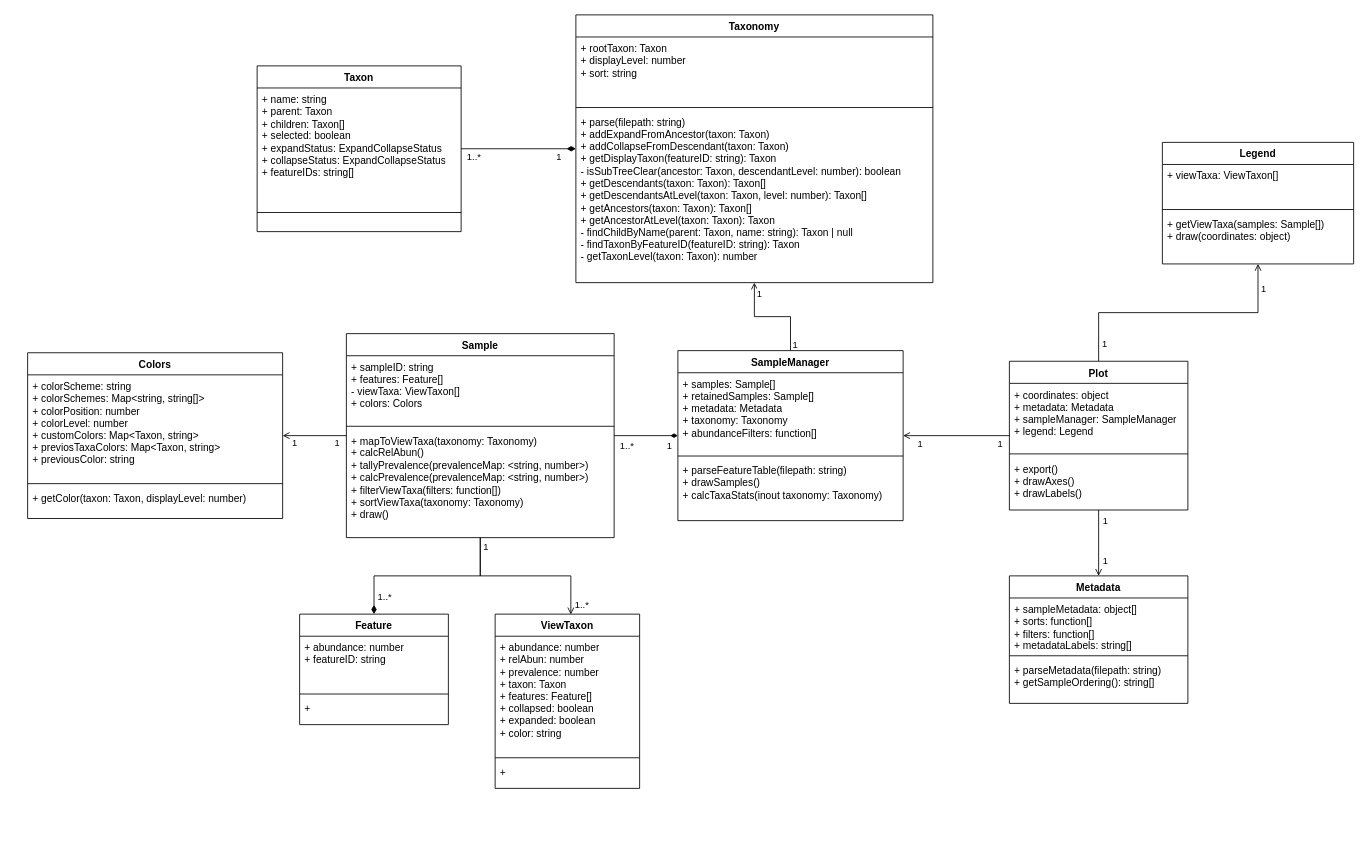
Earlier version of the draw.io diagram docs/TaxaBarplotClasses.drawio (colinvwood/taxa-barplot). Source tidied: cells renumbered, new cells numbered last; positions are measured from the earlier drawing's top-left corner, leaving out a move shared by most shapes. Both pictures are drawn from the tidied source at 85%, with x=0, y=0 at pixel (27, 14).
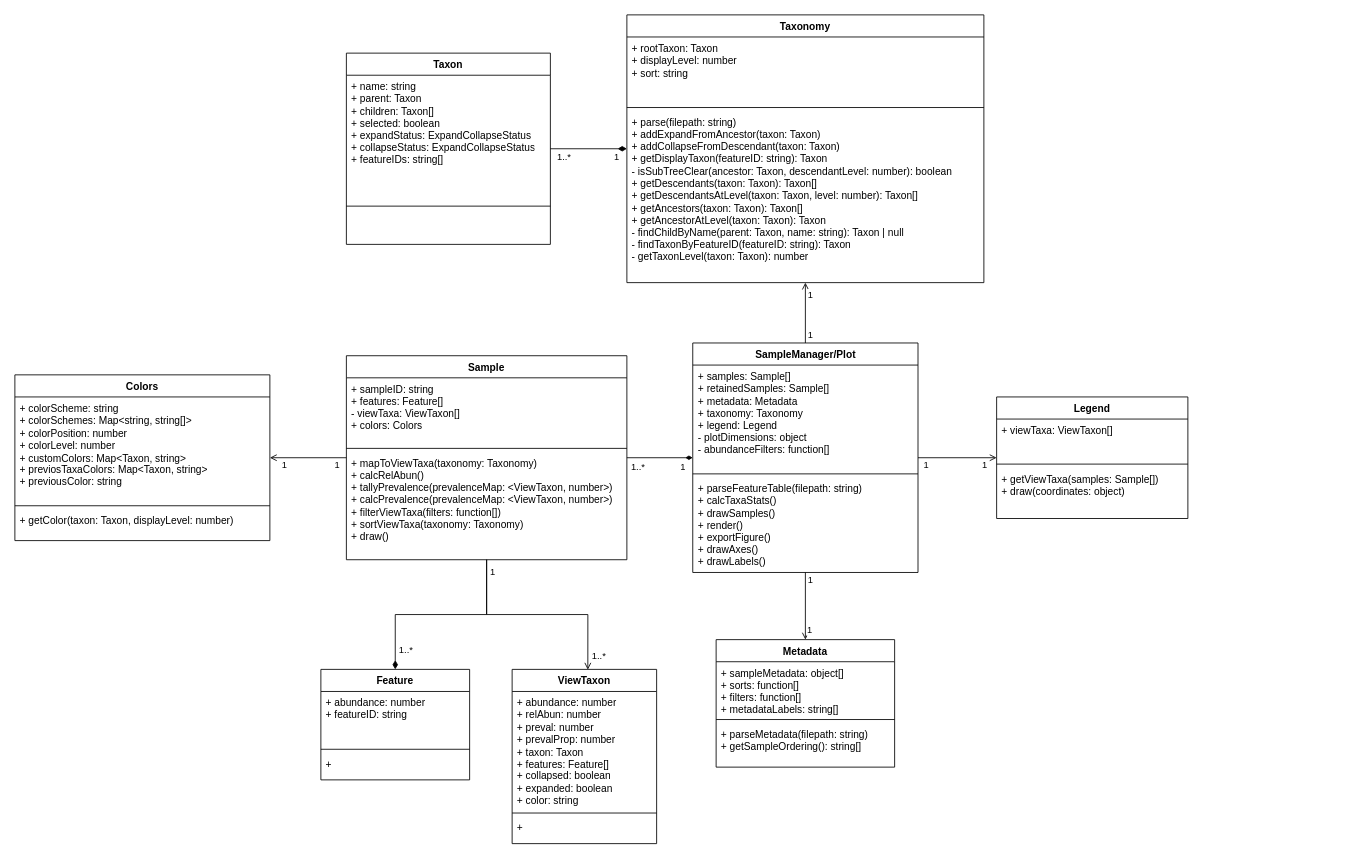
The same diagram, later.

Commit message:
merge SampleManager & Plot

Unchanged cells that the change refers to:
```xml
<mxCell id="5" style="edgeStyle=orthogonalEdgeStyle;rounded=0;jettySize=auto;html=1;startArrow=diamondThin;startFill=1;endArrow=none;endSize=8;startSize=8;" parent="1" edge="1" source="8" target="2">
  <mxGeometry relative="1" as="geometry" />
</mxCell>
<mxCell id="12" style="edgeStyle=orthogonalEdgeStyle;rounded=0;jettySize=auto;html=1;endArrow=none;endFill=0;startFill=1;startArrow=diamondThin;" parent="1" edge="1" source="18" target="27">
  <mxGeometry relative="1" as="geometry" />
</mxCell>
<mxCell id="15" style="edgeStyle=orthogonalEdgeStyle;rounded=0;jettySize=auto;html=1;endArrow=open;endFill=0;" parent="1" edge="1" source="18" target="8">
  <mxGeometry relative="1" as="geometry" />
</mxCell>
<mxCell id="24" style="edgeStyle=orthogonalEdgeStyle;rounded=0;jettySize=auto;html=1;endArrow=open;endFill=0;" parent="1" edge="1" source="27" target="63">
  <mxGeometry relative="1" as="geometry" />
</mxCell>
```

Change to the diagram source:
```diff
@@
     <mxCell id="2" value="Taxon" style="swimlane;fontStyle=1;align=center;verticalAlign=top;horizontal=1;startSize=26;whiteSpace=wrap;html=1;" parent="1" vertex="1">
-      <mxGeometry x="270" y="60" width="240" height="195" as="geometry" />
+      <mxGeometry x="375" y="45" width="240" height="225" as="geometry" />
     </mxCell>
     <mxCell id="3" value="+ name: string&lt;div&gt;+ parent: Taxon&lt;/div&gt;&lt;div&gt;+ children: Taxon[]&lt;/div&gt;&lt;div&gt;+ selected: boolean&lt;/div&gt;&lt;div&gt;+ expandStatus: ExpandCollapseStatus&lt;/div&gt;&lt;div&gt;+ collapseStatus: ExpandCollapseStatus&lt;/div&gt;&lt;div&gt;+ featureIDs: string[]&lt;/div&gt;&lt;div&gt;&lt;br&gt;&lt;/div&gt;" style="text;strokeColor=none;fillColor=none;align=left;verticalAlign=top;spacingLeft=4;spacingRight=4;overflow=hidden;whiteSpace=wrap;html=1;" parent="2" vertex="1">
-      <mxGeometry y="26" width="240" height="124" as="geometry" />
+      <mxGeometry y="26" width="240" height="109" as="geometry" />
     </mxCell>
     <mxCell id="4" style="line;strokeWidth=1;fillColor=none;align=left;verticalAlign=middle;spacingTop=-1;spacingLeft=3;spacingRight=3;labelPosition=right;strokeColor=inherit;" parent="2" vertex="1">
-      <mxGeometry y="150" width="240" height="45" as="geometry" />
+      <mxGeometry y="135" width="240" height="90" as="geometry" />
     </mxCell>
@@
     <mxCell id="7" value="1..*" style="edgeLabel;html=1;align=center;verticalAlign=middle;" parent="5" vertex="1">
       <mxGeometry x="0.83" y="1" relative="1" as="geometry">
-        <mxPoint x="3" y="8" as="offset" />
+        <mxPoint x="7" y="8" as="offset" />
       </mxGeometry>
     </mxCell>
     <mxCell id="8" value="Taxonomy" style="swimlane;fontStyle=1;align=center;verticalAlign=top;horizontal=1;startSize=26;whiteSpace=wrap;html=1;" parent="1" vertex="1">
-      <mxGeometry x="645" width="420" height="315" as="geometry" />
+      <mxGeometry x="705" width="420" height="315" as="geometry" />
     </mxCell>
@@
     <mxCell id="13" value="1..*" style="edgeLabel;html=1;align=center;verticalAlign=middle;labelBorderColor=none;" parent="12" vertex="1">
       <mxGeometry x="0.55" relative="1" as="geometry">
-        <mxPoint x="-3" y="11" as="offset" />
+        <mxPoint x="-5" y="10" as="offset" />
       </mxGeometry>
     </mxCell>
     <mxCell id="14" value="1" style="edgeLabel;html=1;align=center;verticalAlign=middle;labelBorderColor=none;" parent="12" vertex="1">
       <mxGeometry x="-0.71" y="1" relative="1" as="geometry">
-        <mxPoint y="10" as="offset" />
+        <mxPoint x="-1" y="9" as="offset" />
       </mxGeometry>
     </mxCell>
@@
     <mxCell id="16" value="1" style="edgeLabel;html=1;align=center;verticalAlign=middle;" parent="15" vertex="1">
       <mxGeometry x="0.8" y="1" relative="1" as="geometry">
-        <mxPoint x="6" as="offset" />
+        <mxPoint x="6" y="6" as="offset" />
       </mxGeometry>
     </mxCell>
     <mxCell id="17" value="1" style="edgeLabel;html=1;align=center;verticalAlign=middle;" parent="15" vertex="1">
       <mxGeometry x="-0.87" y="1" relative="1" as="geometry">
-        <mxPoint x="6" as="offset" />
+        <mxPoint x="6" y="-5" as="offset" />
       </mxGeometry>
     </mxCell>
+    <mxCell id="67" style="edgeStyle=orthogonalEdgeStyle;rounded=0;jettySize=auto;html=1;endArrow=open;endFill=0;" parent="1" edge="1" source="18" target="39">
+      <mxGeometry relative="1" as="geometry" />
+    </mxCell>
+    <mxCell id="68" value="1" style="edgeLabel;html=1;align=center;verticalAlign=middle;" parent="67" vertex="1">
+      <mxGeometry x="-0.81" y="-1" relative="1" as="geometry">
+        <mxPoint x="6" as="offset" />
+      </mxGeometry>
+    </mxCell>
+    <mxCell id="69" value="1" style="edgeLabel;html=1;align=center;verticalAlign=middle;" parent="67" vertex="1">
+      <mxGeometry x="0.71" relative="1" as="geometry">
+        <mxPoint x="4" y="-1" as="offset" />
+      </mxGeometry>
+    </mxCell>
+    <mxCell id="70" style="edgeStyle=orthogonalEdgeStyle;rounded=0;jettySize=auto;html=1;endArrow=open;endFill=0;" parent="1" edge="1" source="18" target="59">
+      <mxGeometry relative="1" as="geometry" />
+    </mxCell>
+    <mxCell id="71" value="1" style="edgeLabel;html=1;align=center;verticalAlign=middle;" parent="70" vertex="1">
+      <mxGeometry x="-0.81" relative="1" as="geometry">
+        <mxPoint y="8" as="offset" />
+      </mxGeometry>
+    </mxCell>
+    <mxCell id="72" value="1" style="edgeLabel;html=1;align=center;verticalAlign=middle;" parent="70" vertex="1">
+      <mxGeometry x="0.72" y="-2" relative="1" as="geometry">
+        <mxPoint x="-2" y="6" as="offset" />
+      </mxGeometry>
+    </mxCell>
-    <mxCell id="18" value="SampleManager" style="swimlane;fontStyle=1;align=center;verticalAlign=top;horizontal=1;startSize=26;whiteSpace=wrap;html=1;" parent="1" vertex="1">
-      <mxGeometry x="765" y="395" width="265" height="200" as="geometry" />
+    <mxCell id="18" value="SampleManager/Plot" style="swimlane;fontStyle=1;align=center;verticalAlign=top;horizontal=1;startSize=26;whiteSpace=wrap;html=1;" parent="1" vertex="1">
+      <mxGeometry x="782.5" y="386" width="265" height="270" as="geometry" />
     </mxCell>
-    <mxCell id="19" value="&lt;div&gt;+ samples: Sample[]&lt;/div&gt;&lt;div&gt;+ retainedSamples: Sample[]&lt;/div&gt;&lt;div&gt;+ metadata: Metadata&lt;/div&gt;&lt;div&gt;+ taxonomy: Taxonomy&lt;/div&gt;+ abundanceFilters: function[]" style="text;strokeColor=none;fillColor=none;align=left;verticalAlign=top;spacingLeft=4;spacingRight=4;overflow=hidden;whiteSpace=wrap;html=1;" parent="18" vertex="1">
-      <mxGeometry y="26" width="265" height="94" as="geometry" />
+    <mxCell id="19" value="&lt;div&gt;+ samples: Sample[]&lt;/div&gt;&lt;div&gt;+ retainedSamples: Sample[]&lt;/div&gt;&lt;div&gt;+ metadata: Metadata&lt;/div&gt;&lt;div&gt;+ taxonomy: Taxonomy&lt;/div&gt;&lt;div&gt;+ legend: Legend&lt;/div&gt;&lt;div&gt;- plotDimensions: object&lt;/div&gt;- abundanceFilters: function[]&lt;div&gt;&lt;br&gt;&lt;/div&gt;" style="text;strokeColor=none;fillColor=none;align=left;verticalAlign=top;spacingLeft=4;spacingRight=4;overflow=hidden;whiteSpace=wrap;html=1;" parent="18" vertex="1">
+      <mxGeometry y="26" width="265" height="124" as="geometry" />
     </mxCell>
     <mxCell id="20" style="line;strokeWidth=1;fillColor=none;align=left;verticalAlign=middle;spacingTop=-1;spacingLeft=3;spacingRight=3;labelPosition=right;strokeColor=inherit;" parent="18" vertex="1">
-      <mxGeometry y="120" width="265" height="8" as="geometry" />
+      <mxGeometry y="150" width="265" height="8" as="geometry" />
     </mxCell>
-    <mxCell id="21" value="&lt;div&gt;+ parseFeatureTable(filepath: string)&lt;/div&gt;+ drawSamples()&lt;div&gt;+ calcTaxaStats(inout taxonomy: Taxonomy)&lt;/div&gt;&lt;div&gt;&lt;br&gt;&lt;div&gt;&lt;br&gt;&lt;/div&gt;&lt;/div&gt;" style="text;strokeColor=none;fillColor=none;align=left;verticalAlign=top;spacingLeft=4;spacingRight=4;overflow=hidden;whiteSpace=wrap;html=1;" parent="18" vertex="1">
-      <mxGeometry y="128" width="265" height="72" as="geometry" />
+    <mxCell id="21" value="&lt;div&gt;+ parseFeatureTable(filepath: string)&lt;/div&gt;&lt;div&gt;+ calcTaxaStats()&lt;/div&gt;&lt;div&gt;+ drawSamples()&lt;/div&gt;&lt;div&gt;+ render()&lt;/div&gt;&lt;div&gt;+ exportFigure()&lt;br&gt;&lt;div&gt;+ drawAxes()&lt;/div&gt;&lt;/div&gt;&lt;div&gt;+ drawLabels()&lt;/div&gt;" style="text;strokeColor=none;fillColor=none;align=left;verticalAlign=top;spacingLeft=4;spacingRight=4;overflow=hidden;whiteSpace=wrap;html=1;" parent="18" vertex="1">
+      <mxGeometry y="158" width="265" height="112" as="geometry" />
     </mxCell>
@@
     <mxCell id="26" value="1" style="edgeLabel;html=1;align=center;verticalAlign=middle;" parent="24" vertex="1">
       <mxGeometry x="-0.57" relative="1" as="geometry">
-        <mxPoint x="4" y="8" as="offset" />
+        <mxPoint x="7" y="8" as="offset" />
       </mxGeometry>
     </mxCell>
     <mxCell id="27" value="Sample" style="swimlane;fontStyle=1;align=center;verticalAlign=top;horizontal=1;startSize=26;whiteSpace=wrap;html=1;" parent="1" vertex="1">
-      <mxGeometry x="375" y="375" width="315" height="240" as="geometry" />
+      <mxGeometry x="375" y="401" width="330" height="240" as="geometry" />
     </mxCell>
     <mxCell id="28" value="+ sampleID: string&lt;div&gt;+ features: Feature[]&lt;/div&gt;&lt;div&gt;- viewTaxa: ViewTaxon[]&lt;/div&gt;&lt;div&gt;+ colors: Colors&lt;/div&gt;&lt;div&gt;&lt;br&gt;&lt;/div&gt;" style="text;strokeColor=none;fillColor=none;align=left;verticalAlign=top;spacingLeft=4;spacingRight=4;overflow=hidden;whiteSpace=wrap;html=1;" parent="27" vertex="1">
-      <mxGeometry y="26" width="315" height="79" as="geometry" />
+      <mxGeometry y="26" width="330" height="79" as="geometry" />
     </mxCell>
     <mxCell id="29" style="line;strokeWidth=1;fillColor=none;align=left;verticalAlign=middle;spacingTop=-1;spacingLeft=3;spacingRight=3;labelPosition=right;strokeColor=inherit;" parent="27" vertex="1">
-      <mxGeometry y="105" width="315" height="8" as="geometry" />
+      <mxGeometry y="105" width="330" height="8" as="geometry" />
     </mxCell>
-    <mxCell id="30" value="&lt;div&gt;+ mapToViewTaxa(taxonomy: Taxonomy)&lt;/div&gt;&lt;div&gt;+ calcRelAbun()&lt;/div&gt;&lt;div&gt;+ tallyPrevalence(prevalenceMap: &amp;lt;string, number&amp;gt;)&lt;/div&gt;&lt;div&gt;+ calcPrevalence(prevalenceMap: &amp;lt;string, number&amp;gt;)&lt;/div&gt;&lt;div&gt;+ filterViewTaxa(filters: function[])&lt;/div&gt;&lt;div&gt;+ sortViewTaxa(taxonomy: Taxonomy)&lt;/div&gt;&lt;div&gt;+ draw()&lt;/div&gt;&lt;div&gt;&lt;br&gt;&lt;/div&gt;" style="text;strokeColor=none;fillColor=none;align=left;verticalAlign=top;spacingLeft=4;spacingRight=4;overflow=hidden;whiteSpace=wrap;html=1;" parent="27" vertex="1">
-      <mxGeometry y="113" width="315" height="127" as="geometry" />
+    <mxCell id="30" value="&lt;div&gt;+ mapToViewTaxa(taxonomy: Taxonomy)&lt;/div&gt;&lt;div&gt;+ calcRelAbun()&lt;/div&gt;&lt;div&gt;+ tallyPrevalence(prevalenceMap: &amp;lt;ViewTaxon, number&amp;gt;)&lt;/div&gt;&lt;div&gt;+ calcPrevalence(prevalenceMap: &amp;lt;ViewTaxon, number&amp;gt;)&lt;/div&gt;&lt;div&gt;+ filterViewTaxa(filters: function[])&lt;/div&gt;&lt;div&gt;+ sortViewTaxa(taxonomy: Taxonomy)&lt;/div&gt;&lt;div&gt;+ draw()&lt;/div&gt;&lt;div&gt;&lt;br&gt;&lt;/div&gt;" style="text;strokeColor=none;fillColor=none;align=left;verticalAlign=top;spacingLeft=4;spacingRight=4;overflow=hidden;whiteSpace=wrap;html=1;" parent="27" vertex="1">
+      <mxGeometry y="113" width="330" height="127" as="geometry" />
     </mxCell>
     <mxCell id="31" value="Feature" style="swimlane;fontStyle=1;align=center;verticalAlign=top;horizontal=1;startSize=26;whiteSpace=wrap;html=1;" parent="1" vertex="1">
-      <mxGeometry x="320" y="705" width="175" height="130" as="geometry" />
+      <mxGeometry x="345" y="770" width="175" height="130" as="geometry" />
     </mxCell>
@@
     <mxCell id="35" value="ViewTaxon" style="swimlane;fontStyle=1;align=center;verticalAlign=top;horizontal=1;startSize=26;whiteSpace=wrap;html=1;" parent="1" vertex="1">
-      <mxGeometry x="550" y="705" width="170" height="205" as="geometry" />
+      <mxGeometry x="570" y="770" width="170" height="205" as="geometry" />
     </mxCell>
-    <mxCell id="36" value="&lt;div&gt;+ abundance: number&lt;/div&gt;+ relAbun: number&lt;div&gt;+ prevalence: number&lt;/div&gt;&lt;div&gt;+ taxon: Taxon&lt;/div&gt;&lt;div&gt;+ features: Feature[]&lt;/div&gt;&lt;div&gt;+ collapsed: boolean&lt;/div&gt;&lt;div&gt;+ expanded: boolean&lt;/div&gt;&lt;div&gt;+ color: string&lt;/div&gt;" style="text;strokeColor=none;fillColor=none;align=left;verticalAlign=top;spacingLeft=4;spacingRight=4;overflow=hidden;whiteSpace=wrap;html=1;" parent="35" vertex="1">
+    <mxCell id="36" value="&lt;div&gt;+ abundance: number&lt;/div&gt;+ relAbun: number&lt;div&gt;+ preval: number&lt;/div&gt;&lt;div&gt;+ prevalProp: number&lt;/div&gt;&lt;div&gt;+ taxon: Taxon&lt;/div&gt;&lt;div&gt;+ features: Feature[]&lt;/div&gt;&lt;div&gt;+ collapsed: boolean&lt;/div&gt;&lt;div&gt;+ expanded: boolean&lt;/div&gt;&lt;div&gt;+ color: string&lt;/div&gt;" style="text;strokeColor=none;fillColor=none;align=left;verticalAlign=top;spacingLeft=4;spacingRight=4;overflow=hidden;whiteSpace=wrap;html=1;" parent="35" vertex="1">
       <mxGeometry y="26" width="170" height="139" as="geometry" />
     </mxCell>
@@
     <mxCell id="39" value="Metadata" style="swimlane;fontStyle=1;align=center;verticalAlign=top;horizontal=1;startSize=26;whiteSpace=wrap;html=1;" parent="1" vertex="1">
-      <mxGeometry x="1155" y="660" width="210" height="150" as="geometry" />
+      <mxGeometry x="810" y="735" width="210" height="150" as="geometry" />
     </mxCell>
@@
-    <mxCell id="43" style="edgeStyle=orthogonalEdgeStyle;rounded=0;jettySize=auto;html=1;endArrow=open;endFill=0;" parent="1" edge="1" source="52" target="39">
-      <mxGeometry relative="1" as="geometry" />
-    </mxCell>
-    <mxCell id="44" value="1" style="edgeLabel;html=1;align=center;verticalAlign=middle;" parent="43" vertex="1">
-      <mxGeometry x="-0.65" relative="1" as="geometry">
-        <mxPoint x="7" y="-2" as="offset" />
-      </mxGeometry>
-    </mxCell>
-    <mxCell id="45" value="1" style="edgeLabel;html=1;align=center;verticalAlign=middle;" parent="43" vertex="1">
-      <mxGeometry x="0.56" relative="1" as="geometry">
-        <mxPoint x="7" as="offset" />
-      </mxGeometry>
-    </mxCell>
-    <mxCell id="46" style="edgeStyle=orthogonalEdgeStyle;rounded=0;jettySize=auto;html=1;endArrow=open;endFill=0;" parent="1" edge="1" source="52" target="18">
-      <mxGeometry relative="1" as="geometry" />
-    </mxCell>
-    <mxCell id="47" value="1" style="edgeLabel;html=1;align=center;verticalAlign=middle;" parent="46" vertex="1">
-      <mxGeometry x="0.69" y="-1" relative="1" as="geometry">
-        <mxPoint y="10" as="offset" />
-      </mxGeometry>
-    </mxCell>
-    <mxCell id="48" value="1" style="edgeLabel;html=1;align=center;verticalAlign=middle;" parent="46" vertex="1">
-      <mxGeometry x="-0.81" y="-1" relative="1" as="geometry">
-        <mxPoint y="10" as="offset" />
-      </mxGeometry>
-    </mxCell>
-    <mxCell id="49" style="edgeStyle=orthogonalEdgeStyle;rounded=0;jettySize=auto;html=1;endArrow=open;endFill=0;" parent="1" edge="1" source="52" target="59">
-      <mxGeometry relative="1" as="geometry" />
-    </mxCell>
-    <mxCell id="50" value="1" style="edgeLabel;html=1;align=center;verticalAlign=middle;" parent="49" vertex="1">
-      <mxGeometry x="0.82" y="-1" relative="1" as="geometry">
-        <mxPoint x="5" y="2" as="offset" />
-      </mxGeometry>
-    </mxCell>
-    <mxCell id="51" value="1" style="edgeLabel;html=1;align=center;verticalAlign=middle;" parent="49" vertex="1">
-      <mxGeometry x="-0.86" relative="1" as="geometry">
-        <mxPoint x="6" as="offset" />
-      </mxGeometry>
-    </mxCell>
-    <mxCell id="52" value="Plot" style="swimlane;fontStyle=1;align=center;verticalAlign=top;horizontal=1;startSize=26;whiteSpace=wrap;html=1;" parent="1" vertex="1">
-      <mxGeometry x="1155" y="407.5" width="210" height="175" as="geometry" />
-    </mxCell>
-    <mxCell id="53" value="+ coordinates: object&lt;div&gt;+ metadata: Metadata&lt;/div&gt;&lt;div&gt;+ sampleManager: SampleManager&lt;/div&gt;&lt;div&gt;+ legend: Legend&lt;/div&gt;" style="text;strokeColor=none;fillColor=none;align=left;verticalAlign=top;spacingLeft=4;spacingRight=4;overflow=hidden;whiteSpace=wrap;html=1;" parent="52" vertex="1">
-      <mxGeometry y="26" width="210" height="79" as="geometry" />
-    </mxCell>
-    <mxCell id="54" style="line;strokeWidth=1;fillColor=none;align=left;verticalAlign=middle;spacingTop=-1;spacingLeft=3;spacingRight=3;labelPosition=right;strokeColor=inherit;" parent="52" vertex="1">
-      <mxGeometry y="105" width="210" height="8" as="geometry" />
-    </mxCell>
-    <mxCell id="55" value="+ export()&lt;div&gt;+ drawAxes()&lt;/div&gt;&lt;div&gt;+ drawLabels()&lt;/div&gt;" style="text;strokeColor=none;fillColor=none;align=left;verticalAlign=top;spacingLeft=4;spacingRight=4;overflow=hidden;whiteSpace=wrap;html=1;" parent="52" vertex="1">
-      <mxGeometry y="113" width="210" height="62" as="geometry" />
-    </mxCell>
@@
     <mxCell id="59" value="Legend" style="swimlane;fontStyle=1;align=center;verticalAlign=top;horizontal=1;startSize=26;whiteSpace=wrap;html=1;" parent="1" vertex="1">
-      <mxGeometry x="1335" y="150" width="225" height="143" as="geometry" />
+      <mxGeometry x="1140" y="449.5" width="225" height="143" as="geometry" />
     </mxCell>
@@
     <mxCell id="63" value="Colors" style="swimlane;fontStyle=1;align=center;verticalAlign=top;horizontal=1;startSize=26;whiteSpace=wrap;html=1;" parent="1" vertex="1">
-      <mxGeometry y="397.5" width="300" height="195" as="geometry" />
+      <mxGeometry x="-15" y="423.5" width="300" height="195" as="geometry" />
     </mxCell>
```
